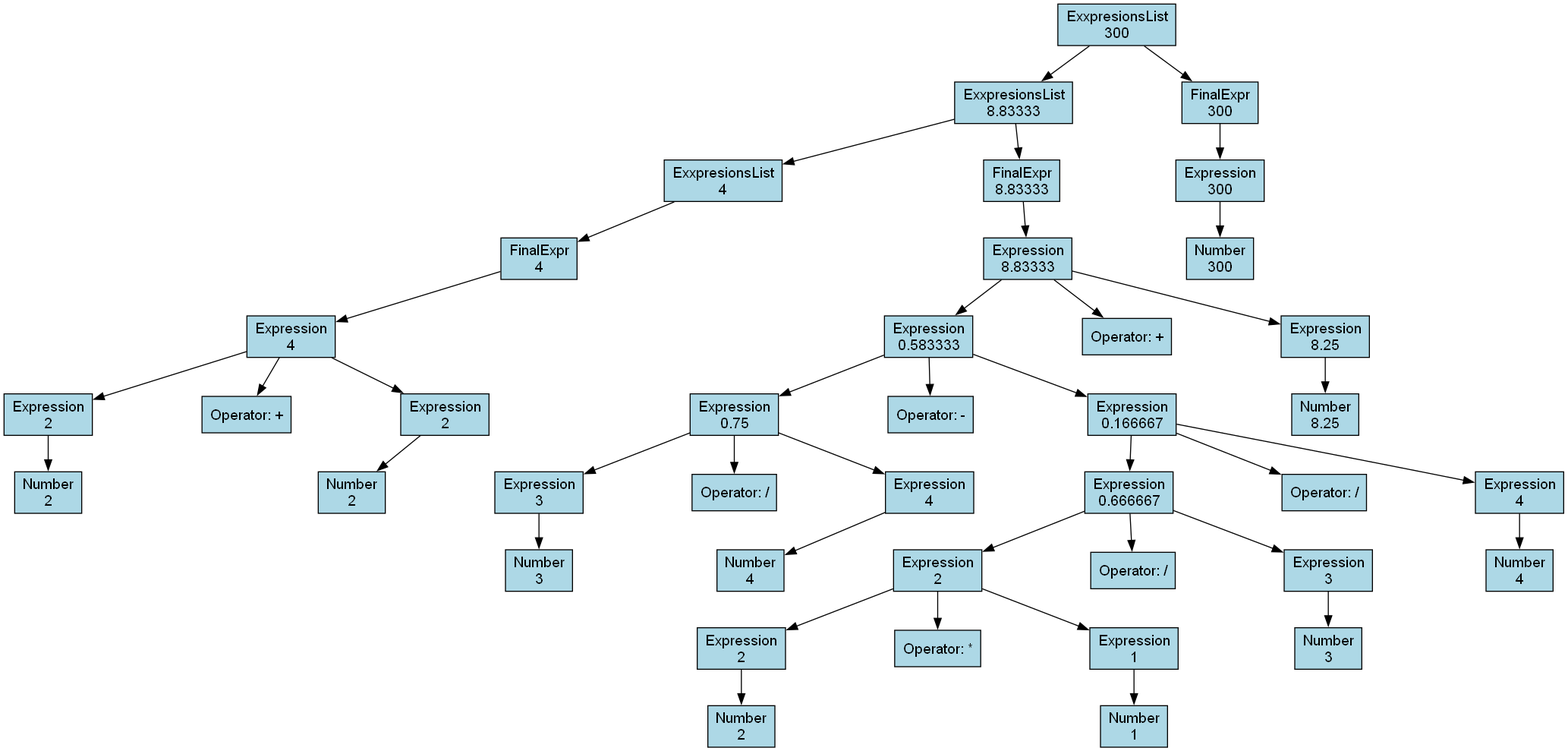
Above: cmake-build-debug/ast.png in DeDTihoN/LexYaccParser (Graphviz), before the change. Its source is kept beside it as cmake-build-debug/ast.dot.
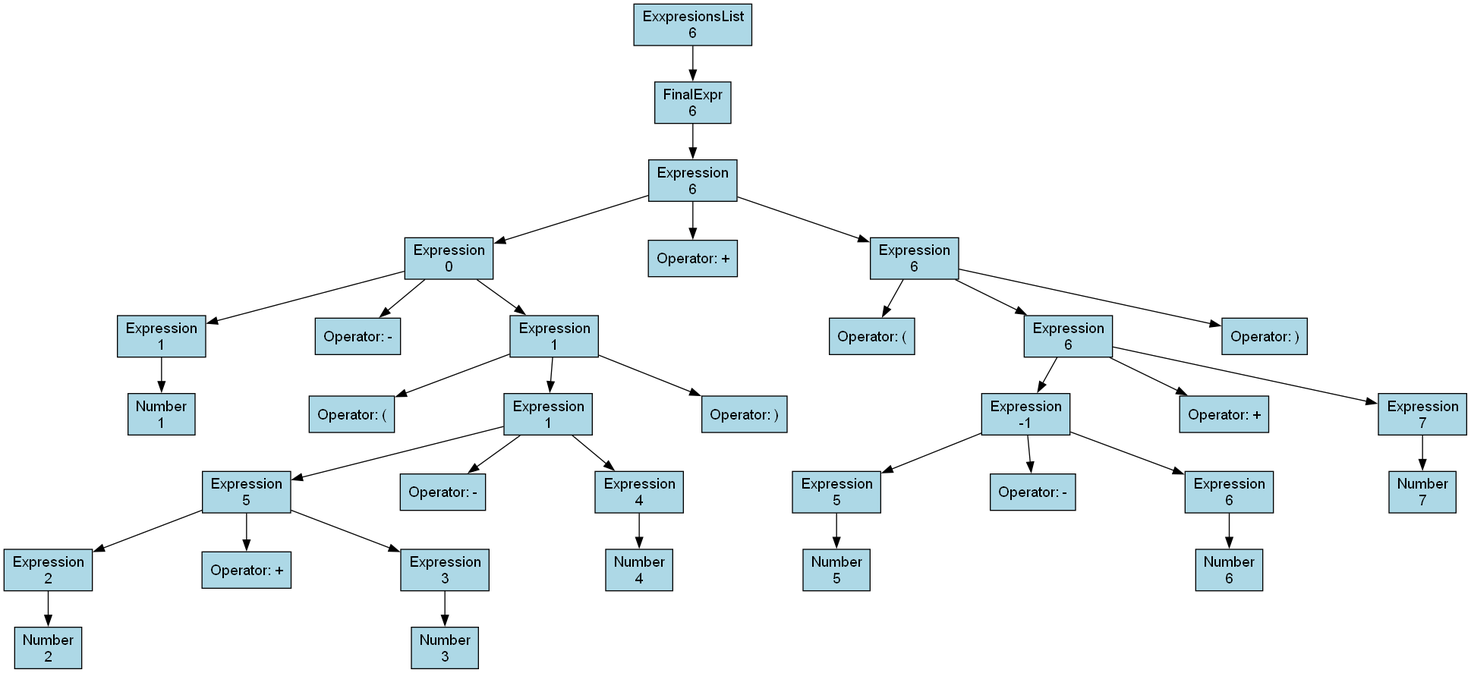
After the commit.

What changed in the source:
```diff
@@ -2,83 +2,71 @@
   node [fontname="Arial"];
   ranksep=0.5;
   nodesep=1.5;
-  node0x1ccf45e6990 [label="ExxpresionsList\n300", shape=rectangle, style=filled, fillcolor=lightblue];
-  node0x1ccf45e6990 -> node0x1ccf45e6d00;
-  node0x1ccf45e6d00 [label="ExxpresionsList\n8.83333", shape=rectangle, style=filled, fillcolor=lightblue];
-  node0x1ccf45e6d00 -> node0x1ccf45c19a0;
-  node0x1ccf45c19a0 [label="ExxpresionsList\n4", shape=rectangle, style=filled, fillcolor=lightblue];
-  node0x1ccf45c19a0 -> node0x1ccf45c17e0;
-  node0x1ccf45c17e0 [label="FinalExpr\n4", shape=rectangle, style=filled, fillcolor=lightblue];
-  node0x1ccf45c17e0 -> node0x1ccf45c16d0;
-  node0x1ccf45c16d0 [label="Expression\n4", shape=rectangle, style=filled, fillcolor=lightblue];
-  node0x1ccf45c16d0 -> node0x1ccf45c1500;
-  node0x1ccf45c1500 [label="Expression\n2", shape=rectangle, style=filled, fillcolor=lightblue];
-  node0x1ccf45c1500 -> node0x1ccf45c14b0;
-  node0x1ccf45c14b0 [label="Number\n2", shape=rectangle, style=filled, fillcolor=lightblue];
-  node0x1ccf45c16d0 -> node0x1ccf45c1740;
-  node0x1ccf45c1740 [label="Operator: +", shape=rectangle, style=filled, fillcolor=lightblue];
-  node0x1ccf45c16d0 -> node0x1ccf45c1610;
-  node0x1ccf45c1610 [label="Expression\n2", shape=rectangle, style=filled, fillcolor=lightblue];
-  node0x1ccf45c1610 -> node0x1ccf45c15c0;
-  node0x1ccf45c15c0 [label="Number\n2", shape=rectangle, style=filled, fillcolor=lightblue];
-  node0x1ccf45e6d00 -> node0x1ccf45e7840;
-  node0x1ccf45e7840 [label="FinalExpr\n8.83333", shape=rectangle, style=filled, fillcolor=lightblue];
-  node0x1ccf45e7840 -> node0x1ccf45e7610;
-  node0x1ccf45e7610 [label="Expression\n8.83333", shape=rectangle, style=filled, fillcolor=lightblue];
-  node0x1ccf45e7610 -> node0x1ccf45e6630;
-  node0x1ccf45e6630 [label="Expression\n0.583333", shape=rectangle, style=filled, fillcolor=lightblue];
-  node0x1ccf45e6630 -> node0x1ccf45e60e0;
-  node0x1ccf45e60e0 [label="Expression\n0.75", shape=rectangle, style=filled, fillcolor=lightblue];
-  node0x1ccf45e60e0 -> node0x1ccf45c1a40;
-  node0x1ccf45c1a40 [label="Expression\n3", shape=rectangle, style=filled, fillcolor=lightblue];
-  node0x1ccf45c1a40 -> node0x1ccf45c19f0;
-  node0x1ccf45c19f0 [label="Number\n3", shape=rectangle, style=filled, fillcolor=lightblue];
-  node0x1ccf45e60e0 -> node0x1ccf45e6220;
-  node0x1ccf45e6220 [label="Operator: /", shape=rectangle, style=filled, fillcolor=lightblue];
-  node0x1ccf45e60e0 -> node0x1ccf45c1b50;
-  node0x1ccf45c1b50 [label="Expression\n4", shape=rectangle, style=filled, fillcolor=lightblue];
-  node0x1ccf45c1b50 -> node0x1ccf45c1b00;
-  node0x1ccf45c1b00 [label="Number\n4", shape=rectangle, style=filled, fillcolor=lightblue];
-  node0x1ccf45e6630 -> node0x1ccf45e7250;
-  node0x1ccf45e7250 [label="Operator: -", shape=rectangle, style=filled, fillcolor=lightblue];
-  node0x1ccf45e6630 -> node0x1ccf45e61d0;
-  node0x1ccf45e61d0 [label="Expression\n0.166667", shape=rectangle, style=filled, fillcolor=lightblue];
-  node0x1ccf45e61d0 -> node0x1ccf45e6360;
-  node0x1ccf45e6360 [label="Expression\n0.666667", shape=rectangle, style=filled, fillcolor=lightblue];
-  node0x1ccf45e6360 -> node0x1ccf45e6400;
-  node0x1ccf45e6400 [label="Expression\n2", shape=rectangle, style=filled, fillcolor=lightblue];
-  node0x1ccf45e6400 -> node0x1ccf45e6540;
-  node0x1ccf45e6540 [label="Expression\n2", shape=rectangle, style=filled, fillcolor=lightblue];
-  node0x1ccf45e6540 -> node0x1ccf45e6810;
-  node0x1ccf45e6810 [label="Number\n2", shape=rectangle, style=filled, fillcolor=lightblue];
-  node0x1ccf45e6400 -> node0x1ccf45e62c0;
-  node0x1ccf45e62c0 [label="Operator: *", shape=rectangle, style=filled, fillcolor=lightblue];
-  node0x1ccf45e6400 -> node0x1ccf45e6720;
-  node0x1ccf45e6720 [label="Expression\n1", shape=rectangle, style=filled, fillcolor=lightblue];
-  node0x1ccf45e6720 -> node0x1ccf45e6130;
-  node0x1ccf45e6130 [label="Number\n1", shape=rectangle, style=filled, fillcolor=lightblue];
-  node0x1ccf45e6360 -> node0x1ccf45e66d0;
-  node0x1ccf45e66d0 [label="Operator: /", shape=rectangle, style=filled, fillcolor=lightblue];
-  node0x1ccf45e6360 -> node0x1ccf45e67c0;
-  node0x1ccf45e67c0 [label="Expression\n3", shape=rectangle, style=filled, fillcolor=lightblue];
-  node0x1ccf45e67c0 -> node0x1ccf45e6180;
-  node0x1ccf45e6180 [label="Number\n3", shape=rectangle, style=filled, fillcolor=lightblue];
-  node0x1ccf45e61d0 -> node0x1ccf45e64f0;
-  node0x1ccf45e64f0 [label="Operator: /", shape=rectangle, style=filled, fillcolor=lightblue];
-  node0x1ccf45e61d0 -> node0x1ccf45e64a0;
-  node0x1ccf45e64a0 [label="Expression\n4", shape=rectangle, style=filled, fillcolor=lightblue];
-  node0x1ccf45e64a0 -> node0x1ccf45e63b0;
-  node0x1ccf45e63b0 [label="Number\n4", shape=rectangle, style=filled, fillcolor=lightblue];
-  node0x1ccf45e7610 -> node0x1ccf45e70c0;
-  node0x1ccf45e70c0 [label="Operator: +", shape=rectangle, style=filled, fillcolor=lightblue];
-  node0x1ccf45e7610 -> node0x1ccf45e6940;
-  node0x1ccf45e6940 [label="Expression\n8.25", shape=rectangle, style=filled, fillcolor=lightblue];
-  node0x1ccf45e6940 -> node0x1ccf45e6fd0;
-  node0x1ccf45e6fd0 [label="Number\n8.25", shape=rectangle, style=filled, fillcolor=lightblue];
-  node0x1ccf45e6990 -> node0x1ccf45e6b20;
-  node0x1ccf45e6b20 [label="FinalExpr\n300", shape=rectangle, style=filled, fillcolor=lightblue];
-  node0x1ccf45e6b20 -> node0x1ccf45e7160;
-  node0x1ccf45e7160 [label="Expression\n300", shape=rectangle, style=filled, fillcolor=lightblue];
-  node0x1ccf45e7160 -> node0x1ccf45e7200;
-  node0x1ccf45e7200 [label="Number\n300", shape=rectangle, style=filled, fillcolor=lightblue];
+  node0x25db1f57250 [label="ExxpresionsList\n6", shape=rectangle, style=filled, fillcolor=lightblue];
+  node0x25db1f57250 -> node0x25db1f56da0;
+  node0x25db1f56da0 [label="FinalExpr\n6", shape=rectangle, style=filled, fillcolor=lightblue];
+  node0x25db1f56da0 -> node0x25db1f57390;
+  node0x25db1f57390 [label="Expression\n6", shape=rectangle, style=filled, fillcolor=lightblue];
+  node0x25db1f57390 -> node0x25db1f56270;
+  node0x25db1f56270 [label="Expression\n0", shape=rectangle, style=filled, fillcolor=lightblue];
+  node0x25db1f56270 -> node0x25db1ec1500;
+  node0x25db1ec1500 [label="Expression\n1", shape=rectangle, style=filled, fillcolor=lightblue];
+  node0x25db1ec1500 -> node0x25db1ec14b0;
+  node0x25db1ec14b0 [label="Number\n1", shape=rectangle, style=filled, fillcolor=lightblue];
+  node0x25db1f56270 -> node0x25db1f56720;
+  node0x25db1f56720 [label="Operator: -", shape=rectangle, style=filled, fillcolor=lightblue];
+  node0x25db1f56270 -> node0x25db1f56590;
+  node0x25db1f56590 [label="Expression\n1", shape=rectangle, style=filled, fillcolor=lightblue];
+  node0x25db1f56590 -> node0x25db1f56400;
+  node0x25db1f56400 [label="Operator: (", shape=rectangle, style=filled, fillcolor=lightblue];
+  node0x25db1f56590 -> node0x25db1f566d0;
+  node0x25db1f566d0 [label="Expression\n1", shape=rectangle, style=filled, fillcolor=lightblue];
+  node0x25db1f566d0 -> node0x25db1ec1830;
+  node0x25db1ec1830 [label="Expression\n5", shape=rectangle, style=filled, fillcolor=lightblue];
+  node0x25db1ec1830 -> node0x25db1ec1660;
+  node0x25db1ec1660 [label="Expression\n2", shape=rectangle, style=filled, fillcolor=lightblue];
+  node0x25db1ec1660 -> node0x25db1ec1610;
+  node0x25db1ec1610 [label="Number\n2", shape=rectangle, style=filled, fillcolor=lightblue];
+  node0x25db1ec1830 -> node0x25db1ec18a0;
+  node0x25db1ec18a0 [label="Operator: +", shape=rectangle, style=filled, fillcolor=lightblue];
+  node0x25db1ec1830 -> node0x25db1ec1770;
+  node0x25db1ec1770 [label="Expression\n3", shape=rectangle, style=filled, fillcolor=lightblue];
+  node0x25db1ec1770 -> node0x25db1ec1720;
+  node0x25db1ec1720 [label="Number\n3", shape=rectangle, style=filled, fillcolor=lightblue];
+  node0x25db1f566d0 -> node0x25db1f561d0;
+  node0x25db1f561d0 [label="Operator: -", shape=rectangle, style=filled, fillcolor=lightblue];
+  node0x25db1f566d0 -> node0x25db1ec1990;
+  node0x25db1ec1990 [label="Expression\n4", shape=rectangle, style=filled, fillcolor=lightblue];
+  node0x25db1ec1990 -> node0x25db1ec1940;
+  node0x25db1ec1940 [label="Number\n4", shape=rectangle, style=filled, fillcolor=lightblue];
+  node0x25db1f56590 -> node0x25db1f56220;
+  node0x25db1f56220 [label="Operator: )", shape=rectangle, style=filled, fillcolor=lightblue];
+  node0x25db1f57390 -> node0x25db1f56cb0;
+  node0x25db1f56cb0 [label="Operator: +", shape=rectangle, style=filled, fillcolor=lightblue];
+  node0x25db1f57390 -> node0x25db1f564f0;
+  node0x25db1f564f0 [label="Expression\n6", shape=rectangle, style=filled, fillcolor=lightblue];
+  node0x25db1f564f0 -> node0x25db1f56540;
+  node0x25db1f56540 [label="Operator: (", shape=rectangle, style=filled, fillcolor=lightblue];
+  node0x25db1f564f0 -> node0x25db1f56360;
+  node0x25db1f56360 [label="Expression\n6", shape=rectangle, style=filled, fillcolor=lightblue];
+  node0x25db1f56360 -> node0x25db1f56630;
+  node0x25db1f56630 [label="Expression\n-1", shape=rectangle, style=filled, fillcolor=lightblue];
+  node0x25db1f56630 -> node0x25db1f56450;
+  node0x25db1f56450 [label="Expression\n5", shape=rectangle, style=filled, fillcolor=lightblue];
+  node0x25db1f56450 -> node0x25db1f564a0;
+  node0x25db1f564a0 [label="Number\n5", shape=rectangle, style=filled, fillcolor=lightblue];
+  node0x25db1f56630 -> node0x25db1f56680;
+  node0x25db1f56680 [label="Operator: -", shape=rectangle, style=filled, fillcolor=lightblue];
+  node0x25db1f56630 -> node0x25db1f56310;
+  node0x25db1f56310 [label="Expression\n6", shape=rectangle, style=filled, fillcolor=lightblue];
+  node0x25db1f56310 -> node0x25db1f560e0;
+  node0x25db1f560e0 [label="Number\n6", shape=rectangle, style=filled, fillcolor=lightblue];
+  node0x25db1f56360 -> node0x25db1f563b0;
+  node0x25db1f563b0 [label="Operator: +", shape=rectangle, style=filled, fillcolor=lightblue];
+  node0x25db1f56360 -> node0x25db1f56130;
+  node0x25db1f56130 [label="Expression\n7", shape=rectangle, style=filled, fillcolor=lightblue];
+  node0x25db1f56130 -> node0x25db1f56810;
+  node0x25db1f56810 [label="Number\n7", shape=rectangle, style=filled, fillcolor=lightblue];
+  node0x25db1f564f0 -> node0x25db1f57570;
+  node0x25db1f57570 [label="Operator: )", shape=rectangle, style=filled, fillcolor=lightblue];
 }
```
